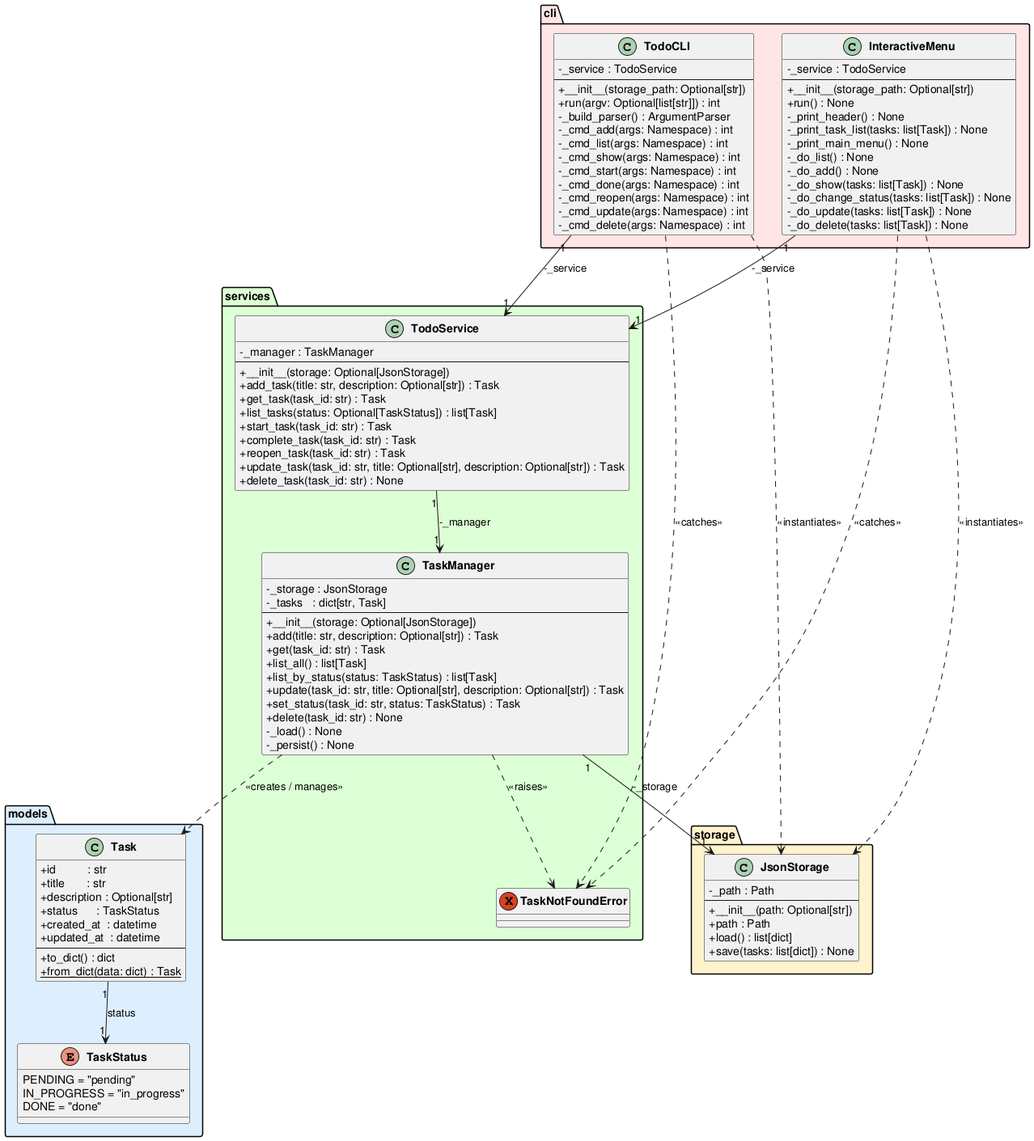
The PlantUML diagram baseline/TODO/artifacts/class_diagram.png in DanielRiha8906/Software_autoevolution_using_agents, before a commit.
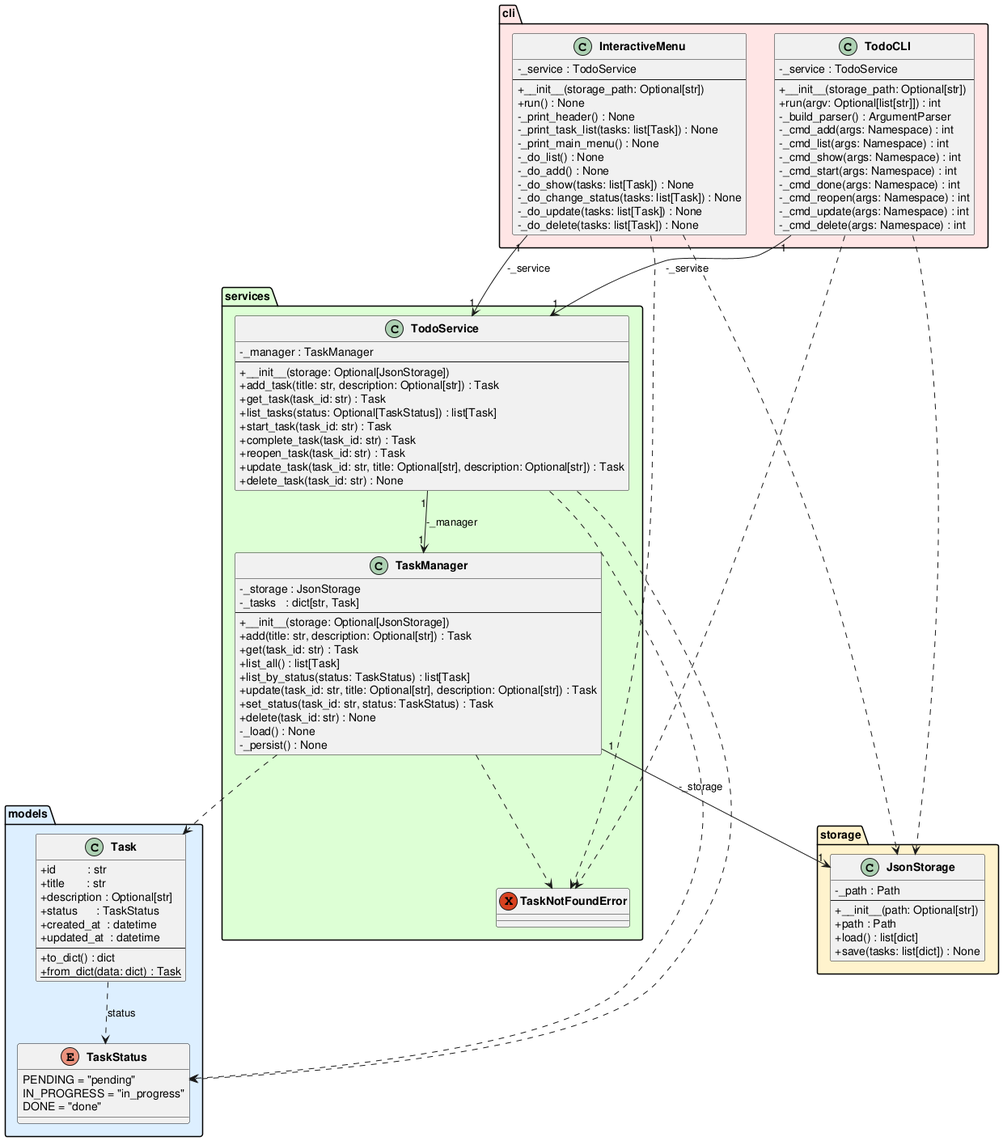
The same file after the commit.

Commit message:
TODO diagram correction

Diff of the diagram source:
```diff
@@ -101,17 +101,18 @@
         -_do_delete(tasks: list[Task]) : None
     }
 }
-
-Task              "1" --> "1"  TaskStatus        : status
-TaskManager       "1" --> "1"  JsonStorage       : -_storage
-TaskManager            ..>     Task              : <<creates / manages>>
-TaskManager            ..>     TaskNotFoundError : <<raises>>
-TodoService       "1" --> "1"  TaskManager       : -_manager
-TodoCLI           "1" --> "1"  TodoService       : -_service
-InteractiveMenu   "1" --> "1"  TodoService       : -_service
-TodoCLI                ..>     JsonStorage       : <<instantiates>>
-InteractiveMenu        ..>     JsonStorage       : <<instantiates>>
-TodoCLI                ..>     TaskNotFoundError : <<catches>>
-InteractiveMenu        ..>     TaskNotFoundError : <<catches>>
+Task                   ..>     TaskStatus        : status
+TaskManager       "1" --> "1"  JsonStorage  : -_storage
+TaskManager            ..>     Task
+TaskManager            ..>     TaskNotFoundError
+TodoService       "1" --> "1"  TaskManager  : -_manager
+TodoService            ..>     TaskStatus
+TodoCLI           "1" --> "1"  TodoService  : -_service
+InteractiveMenu   "1" --> "1"  TodoService  : -_service
+TodoCLI                ..>     JsonStorage
+InteractiveMenu        ..>     JsonStorage
+TodoCLI                ..>     TaskNotFoundError
+InteractiveMenu        ..>     TaskNotFoundError
+TodoService            ..>     TaskStatus
 
 @enduml
```
